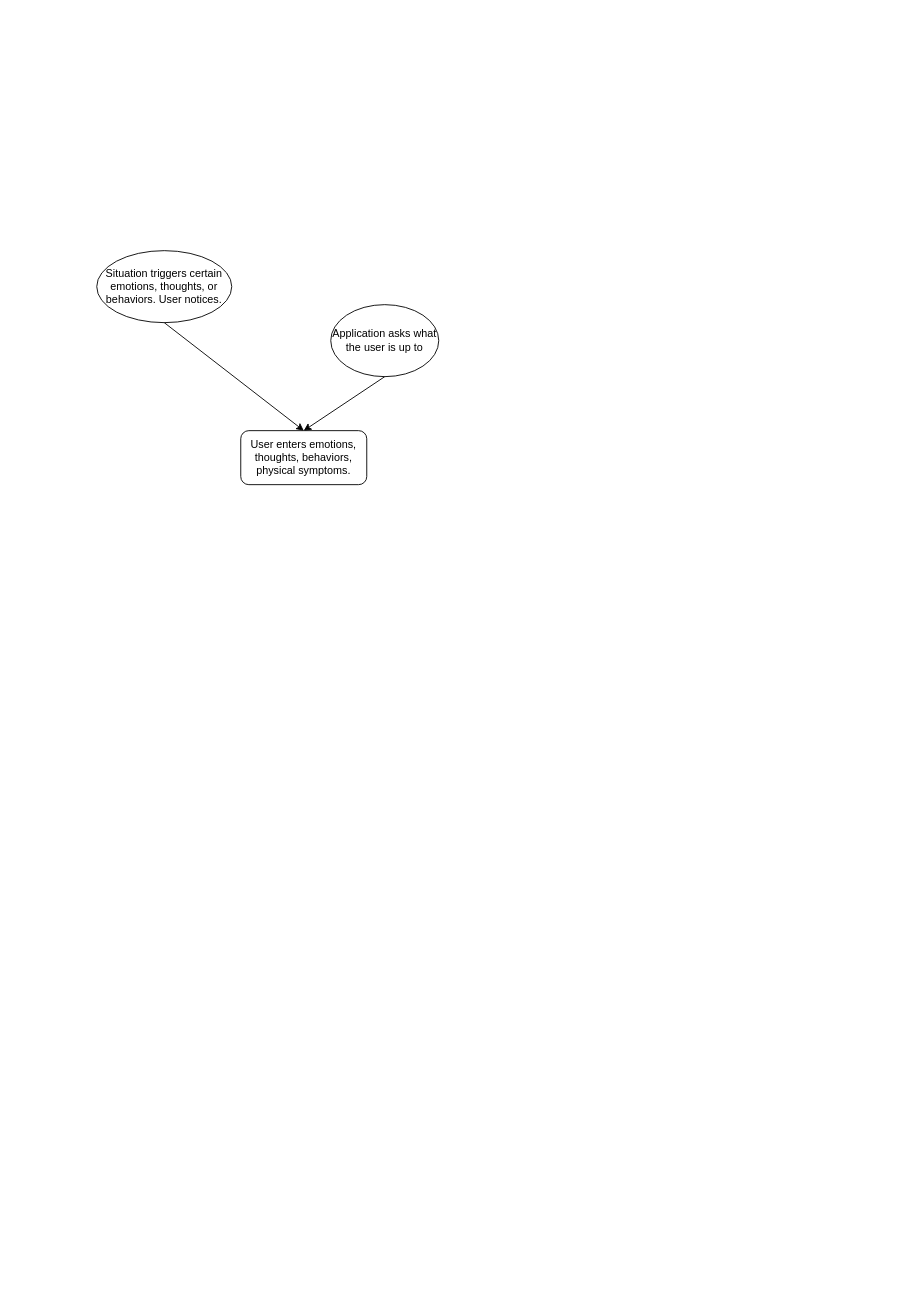
nickanism/self_consciousness_general keeps this draw.io diagram as Untitled Diagram.drawio. Above is the earlier version. Source tidied: cells renumbered, new cells numbered last; positions are measured from the earlier drawing's top-left corner, leaving out a move shared by most shapes. Both pictures are drawn from the tidied source at 90%, with x=0, y=0 at pixel (96, 250).
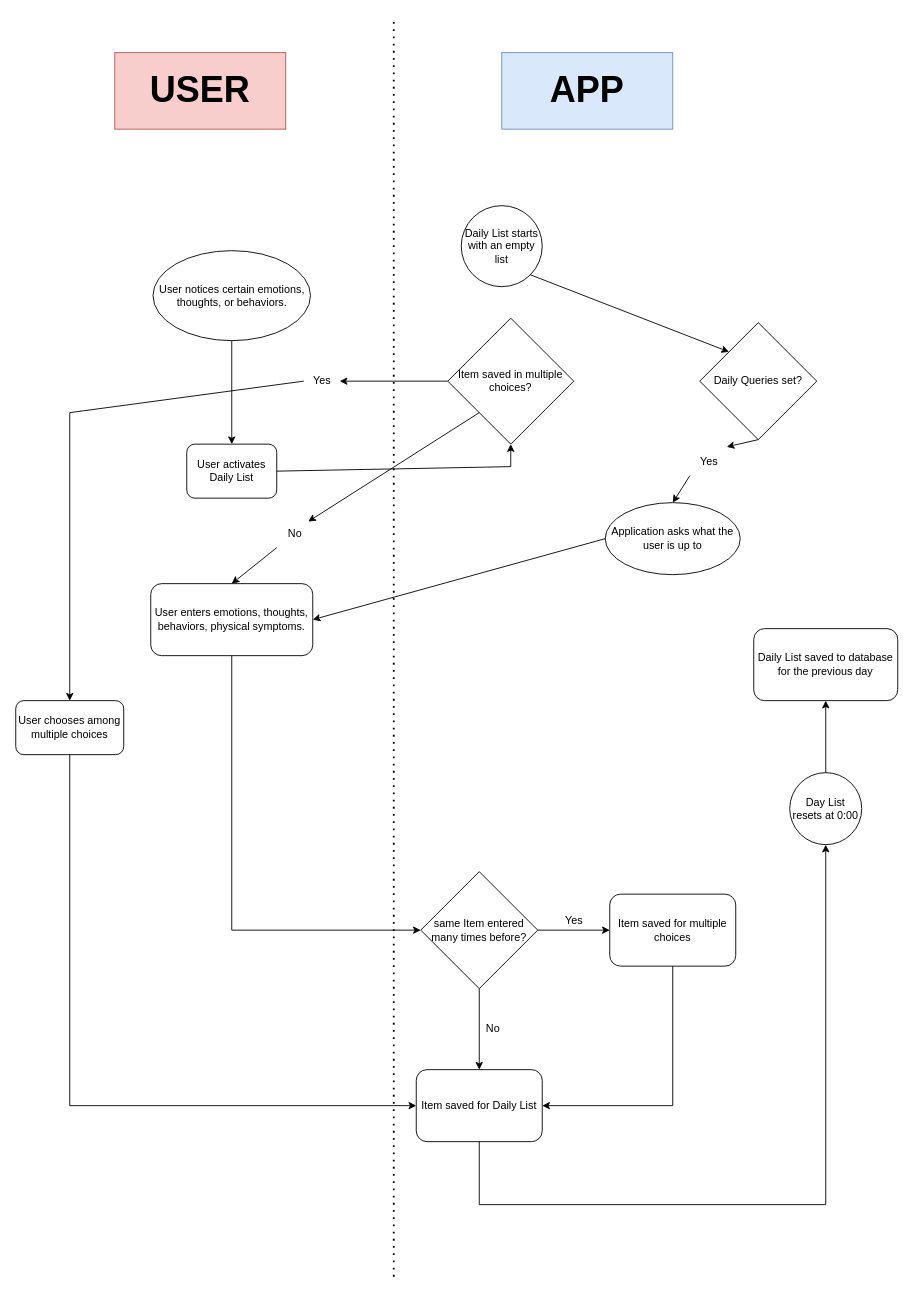
The same page after the edit.

The edit, as a diff of the source:
```diff
@@
     <mxCell id="2" value="User enters emotions, thoughts, behaviors, physical symptoms." style="rounded=1;whiteSpace=wrap;html=1;" parent="1" vertex="1">
-      <mxGeometry x="160" y="200" width="140" height="60" as="geometry" />
+      <mxGeometry x="60" y="370" width="180" height="80" as="geometry" />
     </mxCell>
-    <mxCell id="3" value="Situation triggers certain emotions, thoughts, or behaviors. User notices." style="ellipse;whiteSpace=wrap;html=1;" parent="1" vertex="1">
-      <mxGeometry width="150" height="80" as="geometry" />
+    <mxCell id="3" value="User notices&amp;nbsp;certain emotions, thoughts, or behaviors." style="ellipse;whiteSpace=wrap;html=1;" parent="1" vertex="1">
+      <mxGeometry x="62.5" width="175" height="100" as="geometry" />
     </mxCell>
-    <mxCell id="4" style="endArrow=classic;html=1;rounded=0;exitX=0.5;exitY=1;exitDx=0;exitDy=0;entryX=0.5;entryY=0;entryDx=0;entryDy=0;" parent="1" edge="1" source="3" target="2">
+    <mxCell id="4" style="endArrow=classic;html=1;rounded=0;exitX=0.5;exitY=1;exitDx=0;exitDy=0;entryX=0.5;entryY=0;entryDx=0;entryDy=0;" parent="1" edge="1" source="3" target="31">
       <mxGeometry relative="1" as="geometry" />
     </mxCell>
     <mxCell id="5" value="Application asks what the user is up to" style="ellipse;whiteSpace=wrap;html=1;" parent="1" vertex="1">
-      <mxGeometry x="260" y="60" width="120" height="80" as="geometry" />
+      <mxGeometry x="565" y="280" width="150" height="80" as="geometry" />
     </mxCell>
-    <mxCell id="6" style="endArrow=classic;html=1;rounded=0;exitX=0.5;exitY=1;exitDx=0;exitDy=0;entryX=0.5;entryY=0;entryDx=0;entryDy=0;" parent="1" edge="1" source="5" target="2">
+    <mxCell id="6" style="endArrow=classic;html=1;rounded=0;exitX=0;exitY=0.5;exitDx=0;exitDy=0;entryX=1;entryY=0.5;entryDx=0;entryDy=0;" parent="1" edge="1" source="5" target="2">
       <mxGeometry relative="1" as="geometry" />
     </mxCell>
+    <mxCell id="7" value="Day List resets at 0:00" style="ellipse;whiteSpace=wrap;html=1;" parent="1" vertex="1">
+      <mxGeometry x="770" y="580" width="80" height="80" as="geometry" />
+    </mxCell>
+    <mxCell id="8" value="Daily Queries set?" style="rhombus;whiteSpace=wrap;html=1;" parent="1" vertex="1">
+      <mxGeometry x="670" y="80" width="130" height="130" as="geometry" />
+    </mxCell>
+    <mxCell id="9" style="endArrow=classic;html=1;rounded=0;entryX=0.5;entryY=0;entryDx=0;entryDy=0;exitX=-0.025;exitY=1;exitDx=0;exitDy=0;exitPerimeter=0;" parent="1" edge="1" source="39" target="5">
+      <mxGeometry relative="1" as="geometry" />
+    </mxCell>
+    <mxCell id="10" style="endArrow=none;dashed=1;html=1;dashPattern=1 3;strokeWidth=2;rounded=0;" parent="1" edge="1">
+      <mxGeometry relative="1" as="geometry">
+        <mxPoint x="330" y="1140" as="sourcePoint" />
+        <mxPoint x="330" y="-260" as="targetPoint" />
+        <Array as="points">
+          <mxPoint x="330" y="-90" />
+        </Array>
+      </mxGeometry>
+    </mxCell>
+    <mxCell id="11" value="&lt;h1 style=&quot;font-size: 40px;&quot;&gt;USER&lt;/h1&gt;" style="text;html=1;strokeColor=#b85450;fillColor=#f8cecc;spacing=5;spacingTop=-20;whiteSpace=wrap;overflow=hidden;rounded=0;align=center;fontSize=40;" parent="1" vertex="1">
+      <mxGeometry x="20" y="-220" width="190" height="85" as="geometry" />
+    </mxCell>
+    <mxCell id="12" value="&lt;h1 style=&quot;font-size: 40px;&quot;&gt;APP&lt;/h1&gt;" style="text;html=1;strokeColor=#6c8ebf;fillColor=#dae8fc;spacing=5;spacingTop=-20;whiteSpace=wrap;overflow=hidden;rounded=0;align=center;fontSize=40;" parent="1" vertex="1">
+      <mxGeometry x="450" y="-220" width="190" height="85" as="geometry" />
+    </mxCell>
+    <mxCell id="13" value="Daily List saved to database for the previous day" style="rounded=1;whiteSpace=wrap;html=1;" parent="1" vertex="1">
+      <mxGeometry x="730" y="420" width="160" height="80" as="geometry" />
+    </mxCell>
+    <mxCell id="14" value="Daily List starts with an empty list" style="ellipse;whiteSpace=wrap;html=1;" parent="1" vertex="1">
+      <mxGeometry x="405" y="-50" width="90" height="90" as="geometry" />
+    </mxCell>
+    <mxCell id="15" style="endArrow=classic;html=1;rounded=0;exitX=1;exitY=1;exitDx=0;exitDy=0;entryX=0;entryY=0;entryDx=0;entryDy=0;" parent="1" edge="1" source="14" target="8">
+      <mxGeometry relative="1" as="geometry" />
+    </mxCell>
+    <mxCell id="16" value="same Item entered many times before?" style="rhombus;horizontal=1;verticalAlign=middle;html=1;whiteSpace=wrap;" parent="1" vertex="1">
+      <mxGeometry x="360" y="690" width="130" height="130" as="geometry" />
+    </mxCell>
+    <mxCell id="17" style="endArrow=classic;html=1;rounded=0;entryX=0;entryY=0.5;entryDx=0;entryDy=0;exitX=0.5;exitY=1;exitDx=0;exitDy=0;" parent="1" edge="1" source="2" target="16">
+      <mxGeometry relative="1" as="geometry">
+        <Array as="points">
+          <mxPoint x="150" y="755" />
+        </Array>
+      </mxGeometry>
+    </mxCell>
+    <mxCell id="18" value="Item saved for multiple choices" style="rounded=1;whiteSpace=wrap;html=1;" parent="1" vertex="1">
+      <mxGeometry x="570" y="715" width="140" height="80" as="geometry" />
+    </mxCell>
+    <mxCell id="19" style="endArrow=classic;html=1;rounded=0;entryX=0;entryY=0.5;entryDx=0;entryDy=0;exitX=1;exitY=0.5;exitDx=0;exitDy=0;" parent="1" edge="1" source="16" target="18">
+      <mxGeometry relative="1" as="geometry" />
+    </mxCell>
+    <mxCell id="20" value="Yes" style="text;html=1;align=center;verticalAlign=middle;strokeColor=none;fillColor=none;" parent="1" vertex="1">
+      <mxGeometry x="510" y="730" width="40" height="30" as="geometry" />
+    </mxCell>
+    <mxCell id="21" value="Item saved for Daily List" style="rounded=1;whiteSpace=wrap;html=1;" parent="1" vertex="1">
+      <mxGeometry x="355" y="910" width="140" height="80" as="geometry" />
+    </mxCell>
+    <mxCell id="22" style="endArrow=classic;html=1;rounded=0;entryX=0.5;entryY=0;entryDx=0;entryDy=0;exitX=0.5;exitY=1;exitDx=0;exitDy=0;" parent="1" edge="1" source="16" target="21">
+      <mxGeometry relative="1" as="geometry" />
+    </mxCell>
+    <mxCell id="23" value="No" style="text;html=1;align=center;verticalAlign=middle;strokeColor=none;fillColor=none;" parent="1" vertex="1">
+      <mxGeometry x="420" y="850" width="40" height="30" as="geometry" />
+    </mxCell>
+    <mxCell id="24" style="endArrow=classic;html=1;rounded=0;exitX=0.5;exitY=1;exitDx=0;exitDy=0;entryX=1;entryY=0.5;entryDx=0;entryDy=0;" parent="1" edge="1" source="18" target="21">
+      <mxGeometry relative="1" as="geometry">
+        <Array as="points">
+          <mxPoint x="640" y="950" />
+        </Array>
+      </mxGeometry>
+    </mxCell>
+    <mxCell id="25" style="endArrow=classic;html=1;rounded=0;exitX=0.5;exitY=1;exitDx=0;exitDy=0;entryX=0.5;entryY=1;entryDx=0;entryDy=0;" parent="1" edge="1" source="21" target="7">
+      <mxGeometry relative="1" as="geometry">
+        <Array as="points">
+          <mxPoint x="425" y="1060" />
+          <mxPoint x="810" y="1060" />
+        </Array>
+      </mxGeometry>
+    </mxCell>
+    <mxCell id="26" style="endArrow=classic;html=1;rounded=0;entryX=0.5;entryY=1;entryDx=0;entryDy=0;exitX=0.5;exitY=0;exitDx=0;exitDy=0;" parent="1" edge="1" source="7" target="13">
+      <mxGeometry relative="1" as="geometry" />
+    </mxCell>
+    <mxCell id="27" value="Item saved in multiple choices?" style="rhombus;whiteSpace=wrap;html=1;" parent="1" vertex="1">
+      <mxGeometry x="390" y="75" width="140" height="140" as="geometry" />
+    </mxCell>
+    <mxCell id="28" style="endArrow=classic;html=1;rounded=0;exitX=0;exitY=0.5;exitDx=0;exitDy=0;entryX=0.5;entryY=0;entryDx=0;entryDy=0;" parent="1" edge="1" source="33" target="30">
+      <mxGeometry relative="1" as="geometry">
+        <Array as="points">
+          <mxPoint x="-30" y="180" />
+        </Array>
+      </mxGeometry>
+    </mxCell>
+    <mxCell id="29" style="edgeStyle=orthogonalEdgeStyle;rounded=0;jettySize=auto;html=1;exitX=0.5;exitY=1;exitDx=0;exitDy=0;entryX=0;entryY=0.5;entryDx=0;entryDy=0;" parent="1" edge="1" source="30" target="21">
+      <mxGeometry relative="1" as="geometry" />
+    </mxCell>
+    <mxCell id="30" value="User chooses among multiple choices" style="rounded=1;whiteSpace=wrap;html=1;" parent="1" vertex="1">
+      <mxGeometry x="-90" y="500" width="120" height="60" as="geometry" />
+    </mxCell>
+    <mxCell id="31" value="User activates Daily List" style="rounded=1;whiteSpace=wrap;html=1;" parent="1" vertex="1">
+      <mxGeometry x="100" y="215" width="100" height="60" as="geometry" />
+    </mxCell>
+    <mxCell id="32" style="endArrow=classic;html=1;rounded=0;exitX=0;exitY=0.5;exitDx=0;exitDy=0;entryX=1;entryY=0.5;entryDx=0;entryDy=0;entryPerimeter=0;" parent="1" edge="1" source="27" target="33">
+      <mxGeometry relative="1" as="geometry" />
+    </mxCell>
+    <mxCell id="33" value="Yes" style="text;html=1;align=center;verticalAlign=middle;points=[];strokeColor=none;fillColor=none;" parent="1" vertex="1">
+      <mxGeometry x="230" y="130" width="40" height="30" as="geometry" />
+    </mxCell>
+    <mxCell id="34" style="endArrow=classic;html=1;rounded=0;entryX=0.5;entryY=1;entryDx=0;entryDy=0;exitX=1;exitY=0.5;exitDx=0;exitDy=0;" parent="1" edge="1" source="31" target="27">
+      <mxGeometry relative="1" as="geometry">
+        <Array as="points">
+          <mxPoint x="460" y="240" />
+        </Array>
+      </mxGeometry>
+    </mxCell>
+    <mxCell id="35" style="endArrow=classic;html=1;rounded=0;exitX=0;exitY=1;exitDx=0;exitDy=0;entryX=0.5;entryY=0;entryDx=0;entryDy=0;" parent="1" edge="1" source="37" target="2">
+      <mxGeometry relative="1" as="geometry" />
+    </mxCell>
+    <mxCell id="36" style="endArrow=classic;html=1;rounded=0;exitX=0;exitY=1;exitDx=0;exitDy=0;entryX=0.875;entryY=0.033;entryDx=0;entryDy=0;entryPerimeter=0;" parent="1" edge="1" source="27" target="37">
+      <mxGeometry relative="1" as="geometry" />
+    </mxCell>
+    <mxCell id="37" value="No" style="text;html=1;align=center;verticalAlign=middle;points=[];strokeColor=none;fillColor=none;" parent="1" vertex="1">
+      <mxGeometry x="200" y="300" width="40" height="30" as="geometry" />
+    </mxCell>
+    <mxCell id="38" style="endArrow=classic;html=1;rounded=0;entryX=1;entryY=-0.067;entryDx=0;entryDy=0;exitX=0.5;exitY=1;exitDx=0;exitDy=0;entryPerimeter=0;" parent="1" edge="1" source="8" target="39">
+      <mxGeometry relative="1" as="geometry" />
+    </mxCell>
+    <mxCell id="39" value="Yes" style="text;html=1;align=center;verticalAlign=middle;points=[];strokeColor=none;fillColor=none;" parent="1" vertex="1">
+      <mxGeometry x="660" y="220" width="40" height="30" as="geometry" />
+    </mxCell>
```
